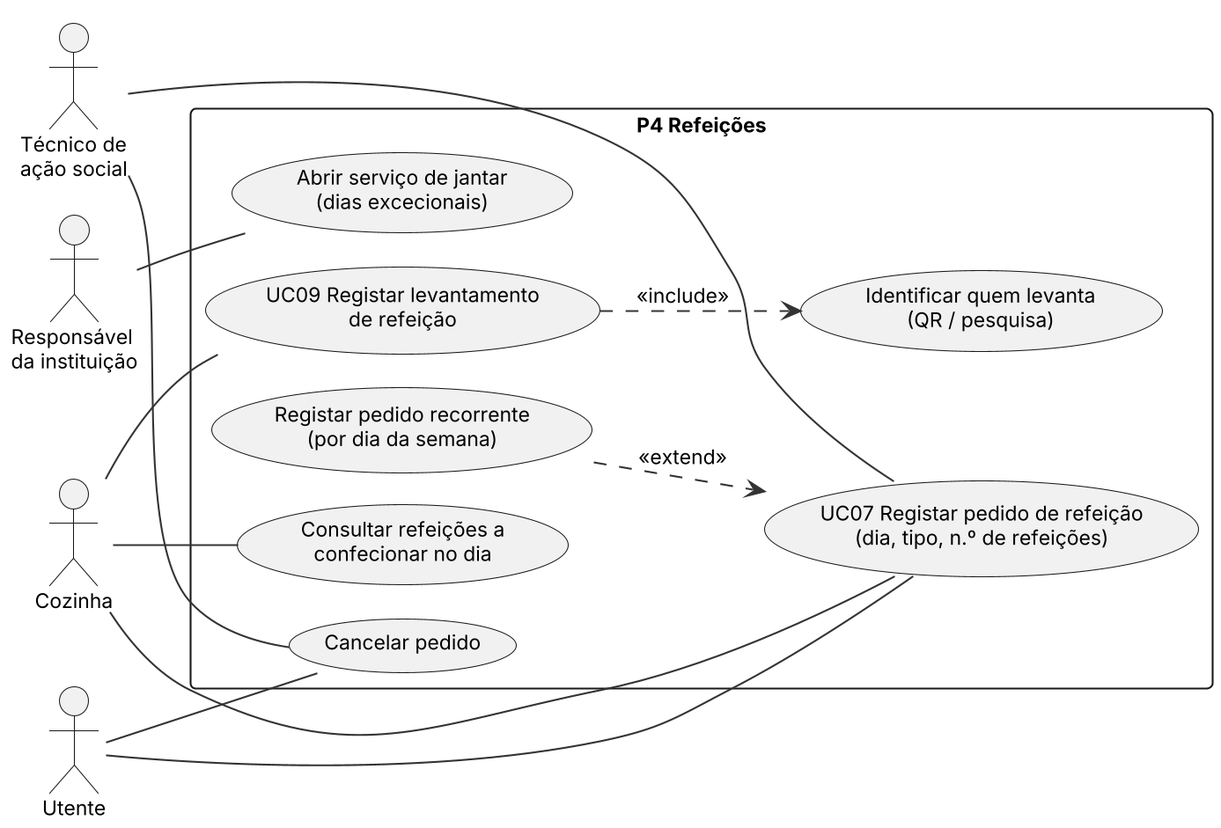
Miguel31028/GASC keeps this PlantUML diagram as Docs/diagramas/uc_refeicoes.png. Above is the earlier version. Its diagram source:
```plantuml
@startuml
!include _estilo.iuml
left to right direction
actor "Técnico de\nação social" as TEC
actor "Cozinha" as COZ
actor "Responsável\nda instituição" as RESP
actor "Utente" as UT
rectangle "P4 Refeições" {
  usecase "UC07 Registar pedido de refeição\n(dia, tipo, n.º de refeições)" as M1
  usecase "Registar pedido recorrente\n(por dia da semana)" as M2
  usecase "Cancelar pedido" as M3
  usecase "Abrir serviço de jantar\n(dias excecionais)" as M4
  usecase "Consultar refeições a\nconfecionar no dia" as M5


  usecase "UC09 Registar levantamento\nde refeição" as M8
  usecase "Identificar quem levanta\n(QR / pesquisa)" as M9
}
TEC -- M1
COZ -- M1
UT -- M1
UT -- M3
TEC -- M3
RESP -- M4
COZ -- M5
COZ -- M8
M2 ..> M1 : <<extend>>
M8 ..> M9 : <<include>>
@enduml
```
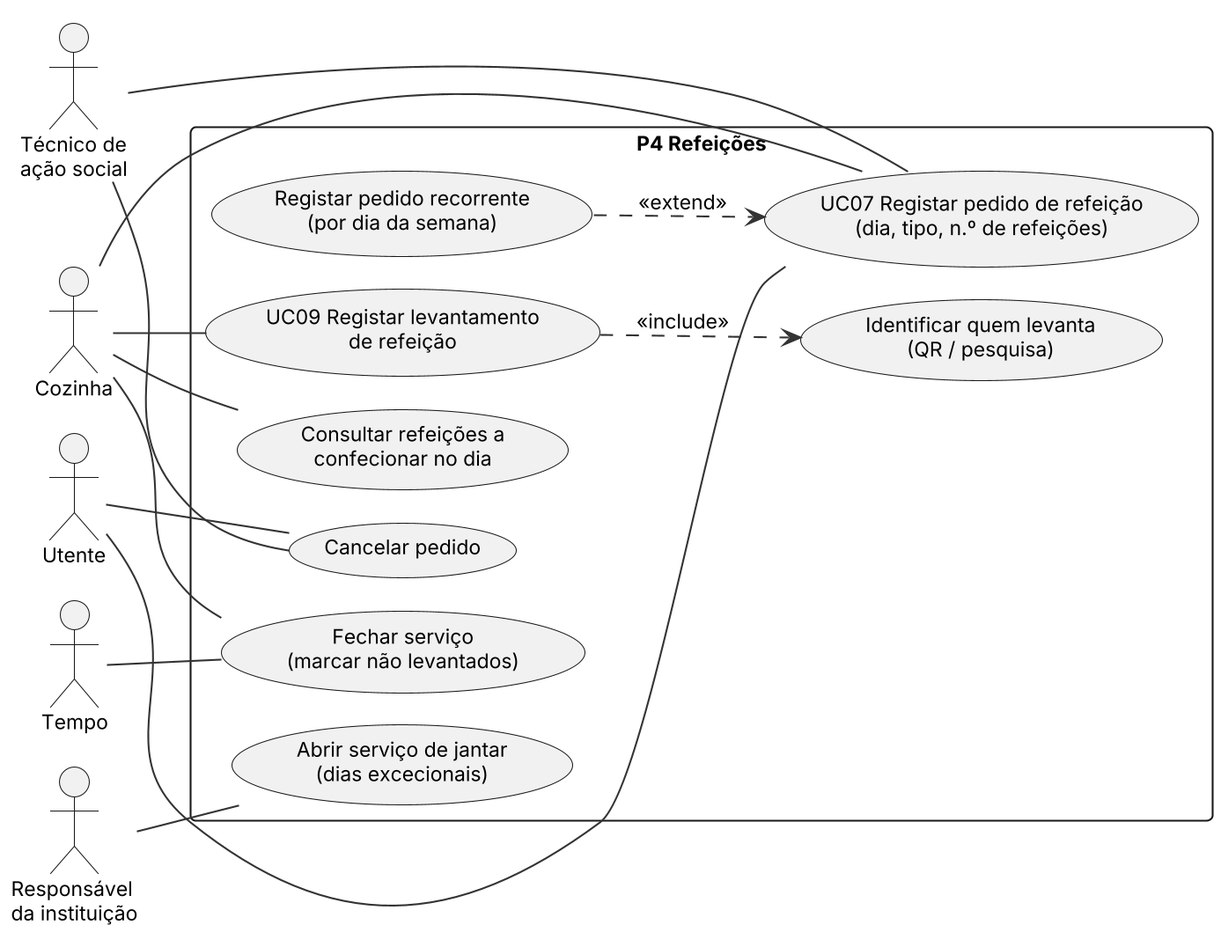
The same file after the commit.

What changed in the source:
```diff
@@ -5,6 +5,7 @@
 actor "Cozinha" as COZ
 actor "Responsável\nda instituição" as RESP
 actor "Utente" as UT
+actor "Tempo" as TMP
 rectangle "P4 Refeições" {
   usecase "UC07 Registar pedido de refeição\n(dia, tipo, n.º de refeições)" as M1
   usecase "Registar pedido recorrente\n(por dia da semana)" as M2
@@ -14,6 +15,7 @@
 
 
   usecase "UC09 Registar levantamento\nde refeição" as M8
+  usecase "Fechar serviço\n(marcar não levantados)" as M10
   usecase "Identificar quem levanta\n(QR / pesquisa)" as M9
 }
 TEC -- M1
@@ -24,6 +26,8 @@
 RESP -- M4
 COZ -- M5
 COZ -- M8
+COZ -- M10
+TMP -- M10
 M2 ..> M1 : <<extend>>
 M8 ..> M9 : <<include>>
 @enduml
```
